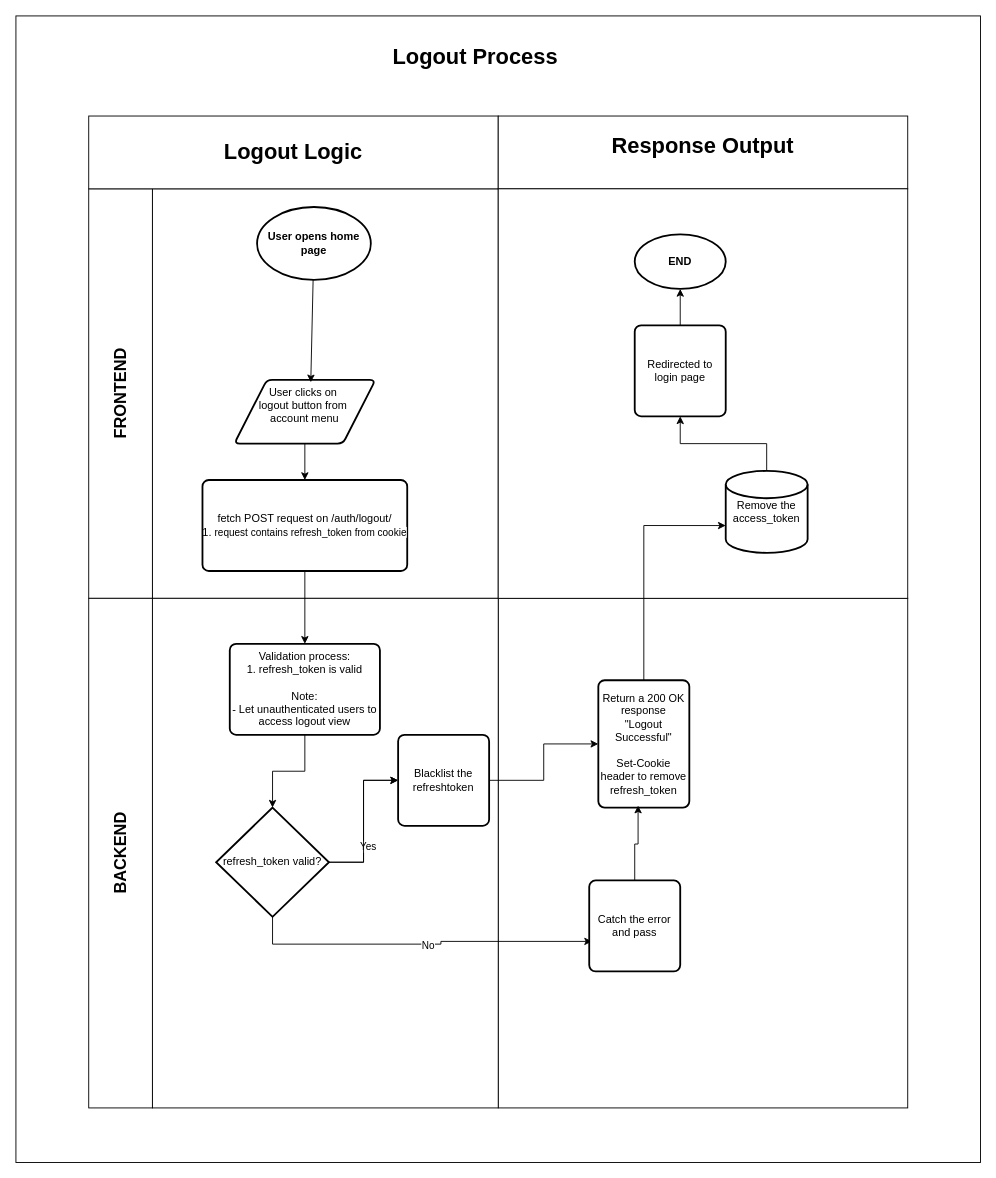
Before: page "auth_logout-process" (3 of 5) of E-Commerce API Business Process.drawio in RHILIUS/drawio, a draw.io diagram. Source tidied: cells renumbered, new cells numbered last; positions are measured from the earlier drawing's top-left corner, leaving out a move shared by most shapes. Both pictures are drawn from the tidied source at 91%, with x=0, y=0 at pixel (15, 15).
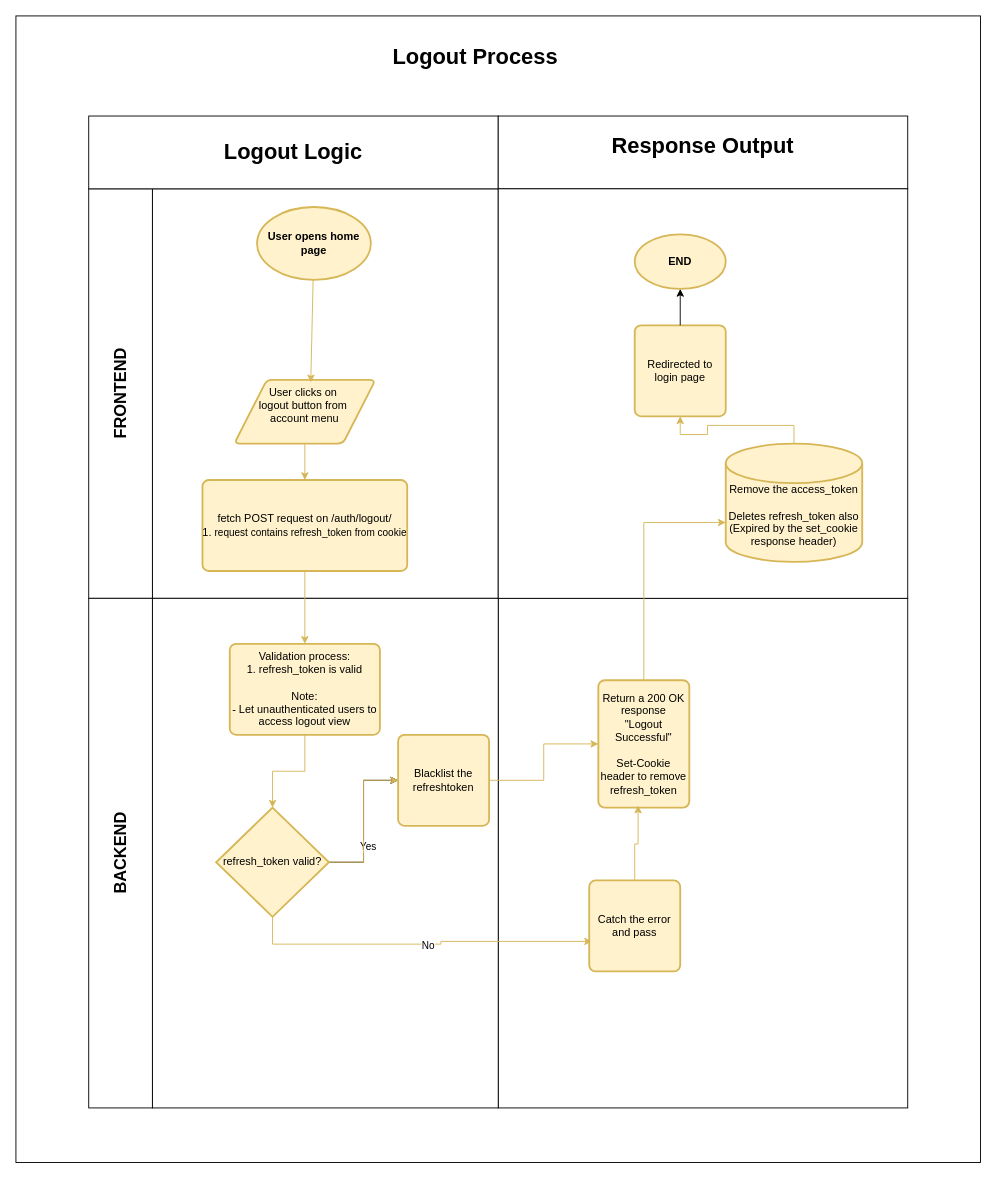
Above is the later version.

What changed in the source:
```diff
@@
-    <mxCell id="9" value="&lt;b&gt;User opens home page&lt;/b&gt;" style="strokeWidth=2;html=1;shape=mxgraph.flowchart.start_1;whiteSpace=wrap;" parent="1" vertex="1">
+    <mxCell id="9" value="&lt;b&gt;User opens home page&lt;/b&gt;" style="strokeWidth=2;html=1;shape=mxgraph.flowchart.start_1;whiteSpace=wrap;fillColor=#fff2cc;strokeColor=#d6b656;" parent="1" vertex="1">
       <mxGeometry x="265" y="210" width="125" height="80" as="geometry" />
     </mxCell>
-    <mxCell id="10" style="edgeStyle=orthogonalEdgeStyle;rounded=0;jettySize=auto;html=1;entryX=0.5;entryY=0;entryDx=0;entryDy=0;" parent="1" edge="1" source="11" target="25">
+    <mxCell id="10" style="edgeStyle=orthogonalEdgeStyle;rounded=0;jettySize=auto;html=1;entryX=0.5;entryY=0;entryDx=0;entryDy=0;fillColor=#fff2cc;strokeColor=#d6b656;" parent="1" edge="1" source="11" target="25">
       <mxGeometry relative="1" as="geometry" />
     </mxCell>
-    <mxCell id="11" value="User clicks on&amp;nbsp;&lt;div&gt;logout button from&amp;nbsp;&lt;/div&gt;&lt;div&gt;account menu&lt;/div&gt;&lt;div&gt;&lt;div&gt;&lt;b&gt;&lt;br&gt;&lt;/b&gt;&lt;/div&gt;&lt;/div&gt;" style="shape=parallelogram;html=1;strokeWidth=2;perimeter=parallelogramPerimeter;whiteSpace=wrap;rounded=1;arcSize=12;size=0.23;" parent="1" vertex="1">
+    <mxCell id="11" value="User clicks on&amp;nbsp;&lt;div&gt;logout button from&amp;nbsp;&lt;/div&gt;&lt;div&gt;account menu&lt;/div&gt;&lt;div&gt;&lt;div&gt;&lt;b&gt;&lt;br&gt;&lt;/b&gt;&lt;/div&gt;&lt;/div&gt;" style="shape=parallelogram;html=1;strokeWidth=2;perimeter=parallelogramPerimeter;whiteSpace=wrap;rounded=1;arcSize=12;size=0.23;fillColor=#fff2cc;strokeColor=#d6b656;" parent="1" vertex="1">
       <mxGeometry x="240" y="400" width="155" height="70" as="geometry" />
     </mxCell>
-    <mxCell id="12" style="rounded=0;jettySize=auto;html=1;entryX=0.542;entryY=0.038;entryDx=0;entryDy=0;entryPerimeter=0;" parent="1" edge="1" source="9" target="11">
+    <mxCell id="12" style="rounded=0;jettySize=auto;html=1;entryX=0.542;entryY=0.038;entryDx=0;entryDy=0;entryPerimeter=0;fillColor=#fff2cc;strokeColor=#d6b656;" parent="1" edge="1" source="9" target="11">
       <mxGeometry relative="1" as="geometry" />
     </mxCell>
-    <mxCell id="13" value="Validation process:&lt;div&gt;1. refresh_token is valid&lt;/div&gt;&lt;div&gt;&lt;br&gt;&lt;/div&gt;&lt;div&gt;Note:&lt;/div&gt;&lt;div&gt;- Let unauthenticated users to access logout view&lt;/div&gt;" style="rounded=1;whiteSpace=wrap;html=1;absoluteArcSize=1;arcSize=14;strokeWidth=2;" parent="1" vertex="1">
+    <mxCell id="13" value="Validation process:&lt;div&gt;1. refresh_token is valid&lt;/div&gt;&lt;div&gt;&lt;br&gt;&lt;/div&gt;&lt;div&gt;Note:&lt;/div&gt;&lt;div&gt;- Let unauthenticated users to access logout view&lt;/div&gt;" style="rounded=1;whiteSpace=wrap;html=1;absoluteArcSize=1;arcSize=14;strokeWidth=2;fillColor=#fff2cc;strokeColor=#d6b656;" parent="1" vertex="1">
       <mxGeometry x="235" y="690" width="165" height="100" as="geometry" />
     </mxCell>
@@
-    <mxCell id="19" style="edgeStyle=orthogonalEdgeStyle;rounded=0;jettySize=auto;html=1;" parent="1" edge="1" source="22" target="27">
+    <mxCell id="19" style="edgeStyle=orthogonalEdgeStyle;rounded=0;jettySize=auto;html=1;fillColor=#fff2cc;strokeColor=#d6b656;" parent="1" edge="1" source="22" target="27">
       <mxGeometry relative="1" as="geometry" />
     </mxCell>
-    <mxCell id="20" style="edgeStyle=orthogonalEdgeStyle;rounded=0;jettySize=auto;html=1;entryX=0.031;entryY=0.67;entryDx=0;entryDy=0;entryPerimeter=0;" parent="1" edge="1" source="22" target="35">
+    <mxCell id="20" style="edgeStyle=orthogonalEdgeStyle;rounded=0;jettySize=auto;html=1;entryX=0.031;entryY=0.67;entryDx=0;entryDy=0;entryPerimeter=0;fillColor=#fff2cc;strokeColor=#d6b656;" parent="1" edge="1" source="22" target="35">
       <mxGeometry relative="1" as="geometry">
         <Array as="points">
           <mxPoint x="282" y="1020" />
           <mxPoint x="467" y="1020" />
           <mxPoint x="467" y="1017" />
         </Array>
       </mxGeometry>
     </mxCell>
@@
-    <mxCell id="22" value="refresh_token valid?" style="strokeWidth=2;html=1;shape=mxgraph.flowchart.decision;whiteSpace=wrap;" parent="1" vertex="1">
+    <mxCell id="22" value="refresh_token valid?" style="strokeWidth=2;html=1;shape=mxgraph.flowchart.decision;whiteSpace=wrap;fillColor=#fff2cc;strokeColor=#d6b656;" parent="1" vertex="1">
       <mxGeometry x="220" y="870" width="124" height="120" as="geometry" />
     </mxCell>
-    <mxCell id="23" style="edgeStyle=orthogonalEdgeStyle;rounded=0;jettySize=auto;html=1;entryX=0.5;entryY=0;entryDx=0;entryDy=0;entryPerimeter=0;" parent="1" edge="1" source="13" target="22">
+    <mxCell id="23" style="edgeStyle=orthogonalEdgeStyle;rounded=0;jettySize=auto;html=1;entryX=0.5;entryY=0;entryDx=0;entryDy=0;entryPerimeter=0;fillColor=#fff2cc;strokeColor=#d6b656;" parent="1" edge="1" source="13" target="22">
       <mxGeometry relative="1" as="geometry" />
     </mxCell>
-    <mxCell id="24" style="edgeStyle=orthogonalEdgeStyle;rounded=0;jettySize=auto;html=1;entryX=0.5;entryY=0;entryDx=0;entryDy=0;" parent="1" edge="1" source="25" target="13">
+    <mxCell id="24" style="edgeStyle=orthogonalEdgeStyle;rounded=0;jettySize=auto;html=1;entryX=0.5;entryY=0;entryDx=0;entryDy=0;fillColor=#fff2cc;strokeColor=#d6b656;" parent="1" edge="1" source="25" target="13">
       <mxGeometry relative="1" as="geometry" />
     </mxCell>
-    <mxCell id="25" value="fetch POST request on /auth/logout/&lt;br&gt;1.&amp;nbsp;&lt;span style=&quot;font-size: 11px; white-space: nowrap; background-color: rgb(255, 255, 255);&quot;&gt;request contains refresh_token from cookie&lt;/span&gt;" style="rounded=1;whiteSpace=wrap;html=1;absoluteArcSize=1;arcSize=14;strokeWidth=2;" parent="1" vertex="1">
+    <mxCell id="25" value="fetch POST request on /auth/logout/&lt;br&gt;&lt;span&gt;1.&amp;nbsp;&lt;span style=&quot;font-size: 11px; white-space: nowrap;&quot;&gt;re&lt;/span&gt;&lt;span style=&quot;font-size: 11px; white-space: nowrap;&quot;&gt;quest contains refresh_token fr&lt;/span&gt;&lt;span style=&quot;font-size: 11px; white-space: nowrap;&quot;&gt;om cookie&lt;/span&gt;&lt;/span&gt;" style="rounded=1;whiteSpace=wrap;html=1;absoluteArcSize=1;arcSize=14;strokeWidth=2;fillColor=#fff2cc;strokeColor=#d6b656;" parent="1" vertex="1">
       <mxGeometry x="205" y="510" width="225" height="100" as="geometry" />
     </mxCell>
-    <mxCell id="26" style="edgeStyle=orthogonalEdgeStyle;rounded=0;jettySize=auto;html=1;" parent="1" edge="1" source="27" target="29">
+    <mxCell id="26" style="edgeStyle=orthogonalEdgeStyle;rounded=0;jettySize=auto;html=1;fillColor=#fff2cc;strokeColor=#d6b656;" parent="1" edge="1" source="27" target="29">
       <mxGeometry relative="1" as="geometry" />
     </mxCell>
-    <mxCell id="27" value="Blacklist the refreshtoken" style="rounded=1;whiteSpace=wrap;html=1;absoluteArcSize=1;arcSize=14;strokeWidth=2;" parent="1" vertex="1">
+    <mxCell id="27" value="Blacklist the refreshtoken" style="rounded=1;whiteSpace=wrap;html=1;absoluteArcSize=1;arcSize=14;strokeWidth=2;fillColor=#fff2cc;strokeColor=#d6b656;" parent="1" vertex="1">
       <mxGeometry x="420" y="790" width="100" height="100" as="geometry" />
     </mxCell>
-    <mxCell id="28" style="edgeStyle=orthogonalEdgeStyle;rounded=0;jettySize=auto;html=1;entryX=0;entryY=0.667;entryDx=0;entryDy=0;entryPerimeter=0;" parent="1" edge="1" target="34">
+    <mxCell id="28" style="rounded=0;jettySize=auto;html=1;entryX=0;entryY=0.667;entryDx=0;entryDy=0;entryPerimeter=0;fillColor=#fff2cc;strokeColor=#d6b656;edgeStyle=orthogonalEdgeStyle;" parent="1" edge="1" target="34">
       <mxGeometry relative="1" as="geometry">
         <mxPoint x="690" y="730" as="sourcePoint" />
         <Array as="points">
-          <mxPoint x="690" y="560" />
+          <mxPoint x="690" y="557" />
         </Array>
       </mxGeometry>
     </mxCell>
-    <mxCell id="29" value="Return a 200 OK response&lt;br&gt;&quot;Logout Successful&quot;&lt;br&gt;&lt;br&gt;Set-Cookie header to remove refresh_token" style="rounded=1;whiteSpace=wrap;html=1;absoluteArcSize=1;arcSize=14;strokeWidth=2;" parent="1" vertex="1">
+    <mxCell id="29" value="Return a 200 OK response&lt;br&gt;&quot;Logout Successful&quot;&lt;br&gt;&lt;br&gt;Set-Cookie header to remove refresh_token" style="rounded=1;whiteSpace=wrap;html=1;absoluteArcSize=1;arcSize=14;strokeWidth=2;fillColor=#fff2cc;strokeColor=#d6b656;" parent="1" vertex="1">
       <mxGeometry x="640" y="730" width="100" height="140" as="geometry" />
     </mxCell>
-    <mxCell id="30" value="Redirected to login page" style="rounded=1;whiteSpace=wrap;html=1;absoluteArcSize=1;arcSize=14;strokeWidth=2;" parent="1" vertex="1">
+    <mxCell id="30" value="Redirected to login page" style="rounded=1;whiteSpace=wrap;html=1;absoluteArcSize=1;arcSize=14;strokeWidth=2;fillColor=#fff2cc;strokeColor=#d6b656;" parent="1" vertex="1">
       <mxGeometry x="680" y="340" width="100" height="100" as="geometry" />
     </mxCell>
-    <mxCell id="31" value="&lt;b&gt;END&lt;/b&gt;" style="strokeWidth=2;html=1;shape=mxgraph.flowchart.start_1;whiteSpace=wrap;" parent="1" vertex="1">
+    <mxCell id="31" value="&lt;b&gt;END&lt;/b&gt;" style="strokeWidth=2;html=1;shape=mxgraph.flowchart.start_1;whiteSpace=wrap;fillColor=#fff2cc;strokeColor=#d6b656;" parent="1" vertex="1">
       <mxGeometry x="680" y="240" width="100" height="60" as="geometry" />
     </mxCell>
@@
-    <mxCell id="33" style="edgeStyle=orthogonalEdgeStyle;rounded=0;jettySize=auto;html=1;entryX=0.5;entryY=1;entryDx=0;entryDy=0;" parent="1" edge="1" source="34" target="30">
+    <mxCell id="33" style="edgeStyle=orthogonalEdgeStyle;rounded=0;jettySize=auto;html=1;entryX=0.5;entryY=1;entryDx=0;entryDy=0;fillColor=#fff2cc;strokeColor=#d6b656;" parent="1" edge="1" source="34" target="30">
       <mxGeometry relative="1" as="geometry" />
     </mxCell>
-    <mxCell id="34" value="Remove the access_token" style="strokeWidth=2;html=1;shape=mxgraph.flowchart.database;whiteSpace=wrap;" parent="1" vertex="1">
-      <mxGeometry x="780" y="500" width="90" height="90" as="geometry" />
+    <mxCell id="34" value="&lt;div&gt;&lt;br&gt;&lt;/div&gt;&lt;div&gt;&lt;br&gt;&lt;/div&gt;Remove the access_token&lt;div&gt;&lt;br&gt;&lt;/div&gt;&lt;div&gt;Deletes refresh_token also (Expired by the set_cookie response header)&lt;/div&gt;" style="strokeWidth=2;html=1;shape=mxgraph.flowchart.database;whiteSpace=wrap;fillColor=#fff2cc;strokeColor=#d6b656;" parent="1" vertex="1">
+      <mxGeometry x="780" y="470" width="150" height="130" as="geometry" />
     </mxCell>
-    <mxCell id="35" value="Catch the error and pass" style="rounded=1;whiteSpace=wrap;html=1;absoluteArcSize=1;arcSize=14;strokeWidth=2;" parent="1" vertex="1">
+    <mxCell id="35" value="Catch the error and pass" style="rounded=1;whiteSpace=wrap;html=1;absoluteArcSize=1;arcSize=14;strokeWidth=2;fillColor=#fff2cc;strokeColor=#d6b656;" parent="1" vertex="1">
       <mxGeometry x="630" y="950" width="100" height="100" as="geometry" />
     </mxCell>
-    <mxCell id="36" style="edgeStyle=orthogonalEdgeStyle;rounded=0;jettySize=auto;html=1;entryX=0.437;entryY=0.984;entryDx=0;entryDy=0;entryPerimeter=0;" parent="1" edge="1" source="35" target="29">
+    <mxCell id="36" style="edgeStyle=orthogonalEdgeStyle;rounded=0;jettySize=auto;html=1;entryX=0.437;entryY=0.984;entryDx=0;entryDy=0;entryPerimeter=0;fillColor=#fff2cc;strokeColor=#d6b656;" parent="1" edge="1" source="35" target="29">
       <mxGeometry relative="1" as="geometry" />
     </mxCell>
```
